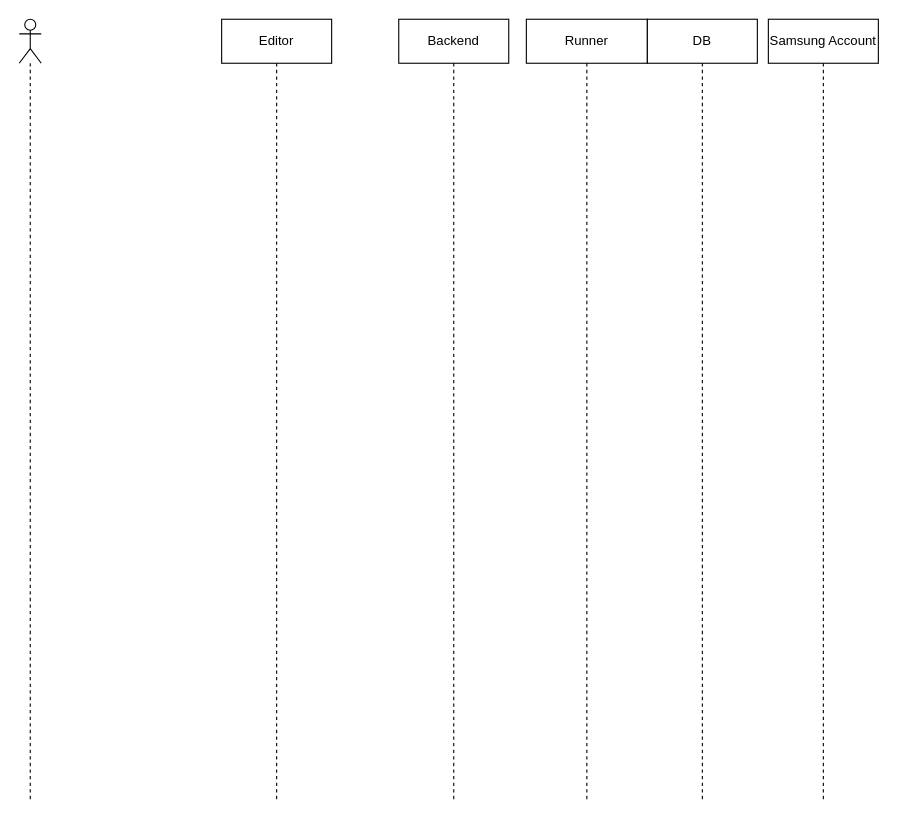
The draw.io diagram Untitled Diagram.drawio in hyjeong0/common-utils, before the edit. Source tidied: cells renumbered, new cells numbered last; positions are measured from the earlier drawing's top-left corner, leaving out a move shared by most shapes. Both pictures are drawn from the tidied source at 110%, with x=0, y=0 at pixel (19, 19).
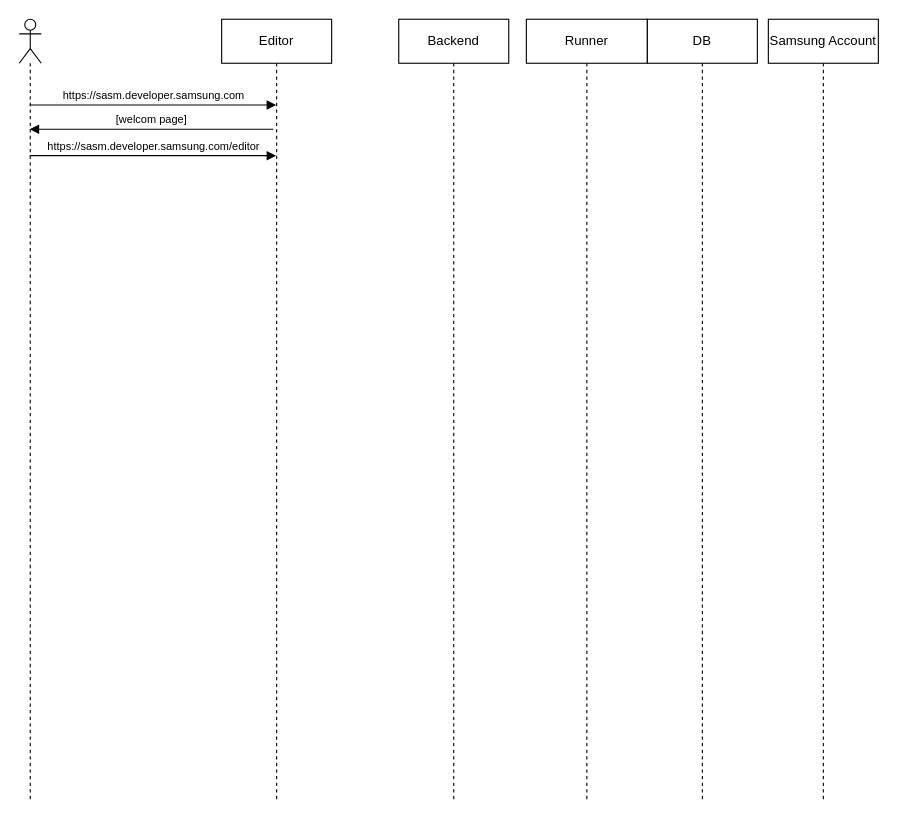
The same diagram, later.

The edit, as a diff of the source:
```diff
@@
 <mxGraphModel>
   <root>
     <mxCell id="0" />
     <mxCell id="1" parent="0" />
     <mxCell id="2" style="shape=umlLifeline;participant=umlActor;perimeter=lifelinePerimeter;whiteSpace=wrap;html=1;verticalAlign=top;spacingTop=36;outlineConnect=0;" parent="1" vertex="1">
       <mxGeometry width="20" height="710" as="geometry" />
     </mxCell>
     <mxCell id="3" value="Editor" style="shape=umlLifeline;perimeter=lifelinePerimeter;whiteSpace=wrap;html=1;" parent="1" vertex="1">
       <mxGeometry x="184" width="100" height="710" as="geometry" />
     </mxCell>
+    <mxCell id="8" value="[welcom page]" style="html=1;verticalAlign=bottom;endArrow=block;rounded=0;fontSize=10;" parent="3" edge="1" target="2">
+      <mxGeometry relative="1" as="geometry">
+        <mxPoint x="47" y="100" as="sourcePoint" />
+      </mxGeometry>
+    </mxCell>
     <mxCell id="4" value="Backend" style="shape=umlLifeline;perimeter=lifelinePerimeter;whiteSpace=wrap;html=1;" parent="1" vertex="1">
       <mxGeometry x="345" width="100" height="710" as="geometry" />
     </mxCell>
     <mxCell id="5" value="Runner" style="shape=umlLifeline;perimeter=lifelinePerimeter;whiteSpace=wrap;html=1;" parent="1" vertex="1">
       <mxGeometry x="461" width="110" height="710" as="geometry" />
     </mxCell>
     <mxCell id="6" value="DB" style="shape=umlLifeline;perimeter=lifelinePerimeter;whiteSpace=wrap;html=1;" parent="1" vertex="1">
       <mxGeometry x="571" width="100" height="710" as="geometry" />
     </mxCell>
     <mxCell id="7" value="Samsung Account" style="shape=umlLifeline;perimeter=lifelinePerimeter;whiteSpace=wrap;html=1;" parent="1" vertex="1">
       <mxGeometry x="681" width="100" height="710" as="geometry" />
     </mxCell>
+    <mxCell id="9" value="https://sasm.developer.samsung.com" style="html=1;verticalAlign=bottom;endArrow=block;rounded=0;fontSize=10;" parent="1" edge="1">
+      <mxGeometry relative="1" as="geometry">
+        <mxPoint x="9.5" y="78" as="sourcePoint" />
+        <mxPoint x="233.5" y="78" as="targetPoint" />
+      </mxGeometry>
+    </mxCell>
+    <mxCell id="10" value="https://sasm.developer.samsung.com/editor" style="html=1;verticalAlign=bottom;endArrow=block;rounded=0;fontSize=10;" parent="1" edge="1">
+      <mxGeometry relative="1" as="geometry">
+        <mxPoint x="9.5" y="124" as="sourcePoint" />
+        <mxPoint x="233.5" y="124" as="targetPoint" />
+        <Array as="points">
+          <mxPoint x="201" y="124" />
+        </Array>
+      </mxGeometry>
+    </mxCell>
   </root>
 </mxGraphModel>
```
